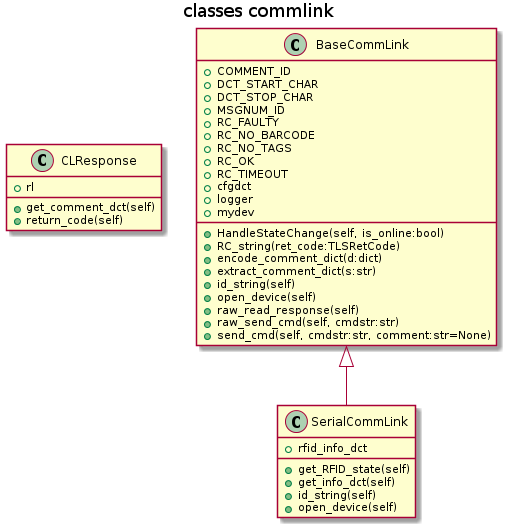
The PlantUML diagram stocky-devel/stocky/docs/source/uml_images/classes_commlink_classes.png in cfe-lab/stocky, before a commit.
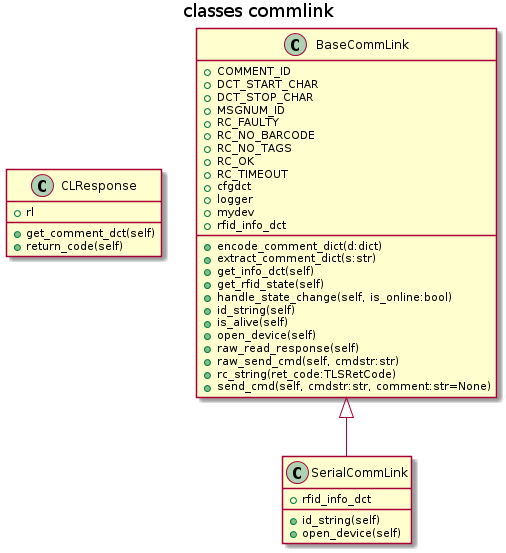
Later version of the same file.

What changed in the source:
```diff
@@ -18,20 +18,22 @@
     +cfgdct
     +logger
     +mydev
-    +HandleStateChange(self, is_online:bool)
-    +RC_string(ret_code:TLSRetCode)
+    +rfid_info_dct
     +encode_comment_dict(d:dict)
     +extract_comment_dict(s:str)
+    +get_info_dct(self)
+    +get_rfid_state(self)
+    +handle_state_change(self, is_online:bool)
     +id_string(self)
+    +is_alive(self)
     +open_device(self)
     +raw_read_response(self)
     +raw_send_cmd(self, cmdstr:str)
+    +rc_string(ret_code:TLSRetCode)
     +send_cmd(self, cmdstr:str, comment:str=None)
 }
 class SerialCommLink {
     +rfid_info_dct
-    +get_RFID_state(self)
-    +get_info_dct(self)
     +id_string(self)
     +open_device(self)
 }
```
